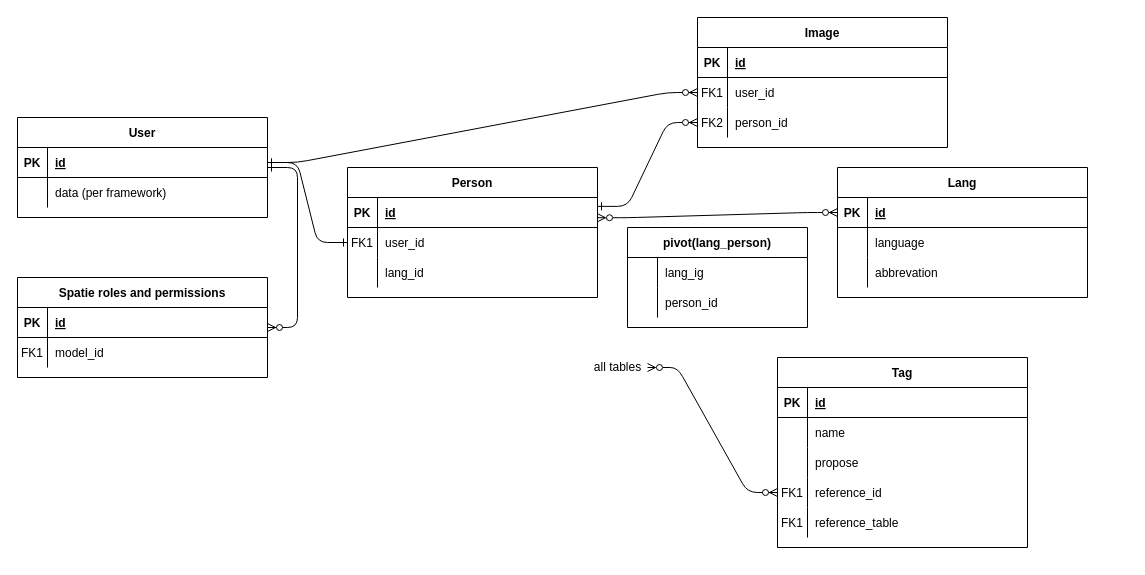
The draw.io diagram doc/template/Relationship_Modell.drawio in erth5/Laravel-10-Template, before the edit. Source tidied: cells renumbered, new cells numbered last; positions are measured from the earlier drawing's top-left corner, leaving out a move shared by most shapes. Both pictures are drawn from the tidied source at 100%, with x=0, y=0 at pixel (17, 17).
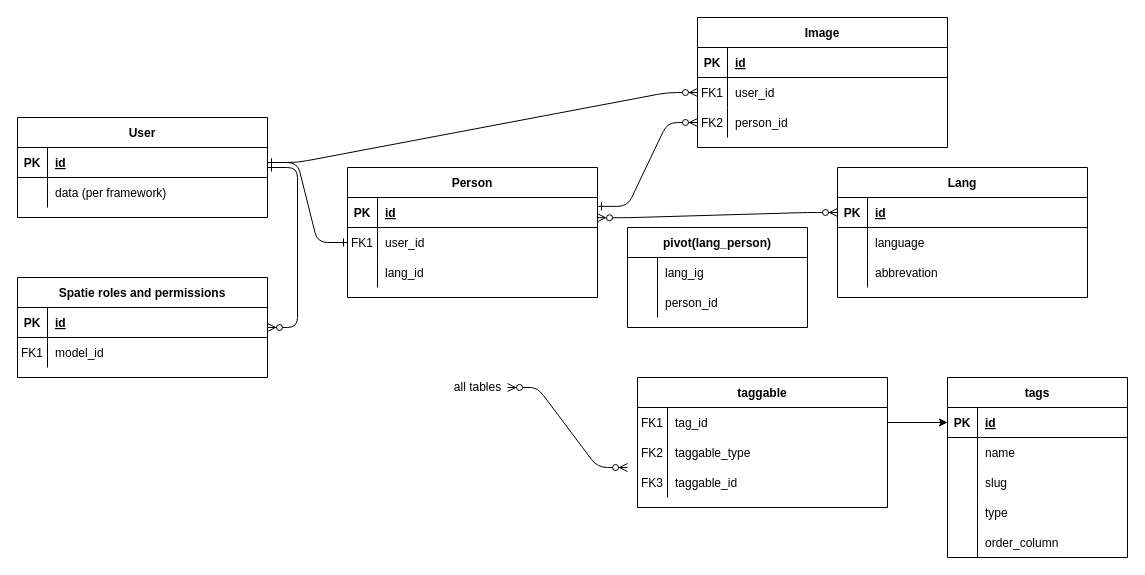
The same diagram, later.

Change to the diagram source:
```diff
@@
-    <mxCell id="58" style="edgeStyle=entityRelationEdgeStyle;endArrow=ERzeroToMany;startArrow=ERzeroToMany;endFill=1;startFill=0;" parent="1" edge="1" source="59" target="70">
-      <mxGeometry relative="1" as="geometry" />
+    <mxCell id="58" style="edgeStyle=entityRelationEdgeStyle;endArrow=ERzeroToMany;startArrow=ERzeroToMany;endFill=1;startFill=0;" parent="1" edge="1" source="59">
+      <mxGeometry relative="1" as="geometry">
+        <mxPoint x="610" y="450" as="targetPoint" />
+      </mxGeometry>
     </mxCell>
     <mxCell id="59" value="all tables" style="text;html=1;align=center;verticalAlign=middle;points=[];strokeColor=none;fillColor=none;" parent="1" vertex="1">
-      <mxGeometry x="570" y="340" width="60" height="20" as="geometry" />
+      <mxGeometry x="430" y="360" width="60" height="20" as="geometry" />
     </mxCell>
-    <mxCell id="60" value="Tag" style="shape=table;startSize=30;childLayout=tableLayout;rowLines=0;fontStyle=1;align=center;" parent="1" vertex="1">
-      <mxGeometry x="760" y="340" width="250" height="190" as="geometry" />
+    <mxCell id="60" value="taggable" style="shape=table;startSize=30;childLayout=tableLayout;rowLines=0;fontStyle=1;align=center;" parent="1" vertex="1">
+      <mxGeometry x="620" y="360" width="250" height="130" as="geometry" />
     </mxCell>
-    <mxCell id="61" style="shape=partialRectangle;fillColor=none;top=0;left=0;right=0;bottom=1;" parent="60" vertex="1">
-      <mxGeometry y="30" width="250" height="30" as="geometry" />
-    </mxCell>
-    <mxCell id="62" value="PK" style="shape=partialRectangle;overflow=hidden;fillColor=none;top=0;left=0;bottom=0;right=0;fontStyle=1;" parent="61" vertex="1">
-      <mxGeometry width="30" height="30" as="geometry" />
-    </mxCell>
-    <mxCell id="63" value="id" style="shape=partialRectangle;overflow=hidden;fillColor=none;top=0;left=0;bottom=0;right=0;align=left;spacingLeft=6;fontStyle=5;" parent="61" vertex="1">
-      <mxGeometry x="30" width="220" height="30" as="geometry" />
-    </mxCell>
     <mxCell id="64" style="shape=partialRectangle;fillColor=none;points=[[0,0.5],[1,0.5]];portConstraint=eastwest;top=0;left=0;right=0;bottom=0;" parent="60" vertex="1">
-      <mxGeometry y="60" width="250" height="30" as="geometry" />
+      <mxGeometry y="30" width="250" height="30" as="geometry" />
     </mxCell>
-    <mxCell id="65" style="shape=partialRectangle;overflow=hidden;fillColor=none;top=0;left=0;bottom=0;right=0;" parent="64" vertex="1">
+    <mxCell id="65" value="FK1" style="shape=partialRectangle;overflow=hidden;fillColor=none;top=0;left=0;bottom=0;right=0;" parent="64" vertex="1">
       <mxGeometry width="30" height="30" as="geometry" />
     </mxCell>
-    <mxCell id="66" value="name" style="shape=partialRectangle;overflow=hidden;fillColor=none;top=0;left=0;bottom=0;right=0;align=left;spacingLeft=6;" parent="64" vertex="1">
+    <mxCell id="66" value="tag_id" style="shape=partialRectangle;overflow=hidden;fillColor=none;top=0;left=0;bottom=0;right=0;align=left;spacingLeft=6;" parent="64" vertex="1">
       <mxGeometry x="30" width="220" height="30" as="geometry" />
     </mxCell>
     <mxCell id="67" style="shape=partialRectangle;fillColor=none;top=0;left=0;right=0;bottom=0;" parent="60" vertex="1">
-      <mxGeometry y="90" width="250" height="30" as="geometry" />
+      <mxGeometry y="60" width="250" height="30" as="geometry" />
     </mxCell>
-    <mxCell id="68" style="shape=partialRectangle;overflow=hidden;fillColor=none;top=0;left=0;bottom=0;right=0;" parent="67" vertex="1">
+    <mxCell id="68" value="FK2" style="shape=partialRectangle;overflow=hidden;fillColor=none;top=0;left=0;bottom=0;right=0;" parent="67" vertex="1">
       <mxGeometry width="30" height="30" as="geometry" />
     </mxCell>
-    <mxCell id="69" value="propose" style="shape=partialRectangle;overflow=hidden;fillColor=none;top=0;left=0;bottom=0;right=0;align=left;spacingLeft=6;" parent="67" vertex="1">
+    <mxCell id="69" value="taggable_type" style="shape=partialRectangle;overflow=hidden;fillColor=none;top=0;left=0;bottom=0;right=0;align=left;spacingLeft=6;" parent="67" vertex="1">
       <mxGeometry x="30" width="220" height="30" as="geometry" />
     </mxCell>
     <mxCell id="70" style="shape=partialRectangle;fillColor=none;points=[[0,0.5],[1,0.5]];portConstraint=eastwest;top=0;left=0;right=0;bottom=0;" parent="60" vertex="1">
-      <mxGeometry y="120" width="250" height="30" as="geometry" />
+      <mxGeometry y="90" width="250" height="30" as="geometry" />
     </mxCell>
-    <mxCell id="71" value="FK1" style="shape=partialRectangle;overflow=hidden;fillColor=none;top=0;left=0;bottom=0;right=0;" parent="70" vertex="1">
+    <mxCell id="71" value="FK3" style="shape=partialRectangle;overflow=hidden;fillColor=none;top=0;left=0;bottom=0;right=0;" parent="70" vertex="1">
       <mxGeometry width="30" height="30" as="geometry" />
     </mxCell>
-    <mxCell id="72" value="reference_id" style="shape=partialRectangle;overflow=hidden;fillColor=none;top=0;left=0;bottom=0;right=0;align=left;spacingLeft=6;" parent="70" vertex="1">
+    <mxCell id="72" value="taggable_id" style="shape=partialRectangle;overflow=hidden;fillColor=none;top=0;left=0;bottom=0;right=0;align=left;spacingLeft=6;" parent="70" vertex="1">
       <mxGeometry x="30" width="220" height="30" as="geometry" />
     </mxCell>
-    <mxCell id="73" style="shape=partialRectangle;fillColor=none;top=0;left=0;right=0;bottom=0;" parent="60" vertex="1">
-      <mxGeometry y="150" width="250" height="30" as="geometry" />
-    </mxCell>
-    <mxCell id="74" value="FK1" style="shape=partialRectangle;overflow=hidden;fillColor=none;top=0;left=0;bottom=0;right=0;" parent="73" vertex="1">
-      <mxGeometry width="30" height="30" as="geometry" />
-    </mxCell>
-    <mxCell id="75" value="reference_table" style="shape=partialRectangle;overflow=hidden;fillColor=none;top=0;left=0;bottom=0;right=0;align=left;spacingLeft=6;" parent="73" vertex="1">
-      <mxGeometry x="30" width="220" height="30" as="geometry" />
-    </mxCell>
+    <mxCell id="76" style="edgeStyle=none;html=1;" parent="1" edge="1" source="64" target="78">
+      <mxGeometry relative="1" as="geometry" />
+    </mxCell>
+    <mxCell id="77" value="tags" style="shape=table;startSize=30;childLayout=tableLayout;rowLines=0;fontStyle=1;align=center;" parent="1" vertex="1">
+      <mxGeometry x="930" y="360" width="180" height="180" as="geometry" />
+    </mxCell>
+    <mxCell id="78" style="shape=tableRow;horizontal=0;startSize=0;swimlaneHead=0;swimlaneBody=0;fillColor=none;points=[[0,0.5],[1,0.5]];portConstraint=eastwest;top=0;left=0;right=0;bottom=1;" parent="77" vertex="1">
+      <mxGeometry y="30" width="180" height="30" as="geometry" />
+    </mxCell>
+    <mxCell id="62" value="PK" style="shape=partialRectangle;fillColor=none;top=0;left=0;bottom=0;right=0;fontStyle=1;overflow=hidden;" parent="78" vertex="1">
+      <mxGeometry width="30" height="30" as="geometry" />
+    </mxCell>
+    <mxCell id="63" value="id" style="shape=partialRectangle;fillColor=none;top=0;left=0;bottom=0;right=0;align=left;spacingLeft=6;fontStyle=5;overflow=hidden;" parent="78" vertex="1">
+      <mxGeometry x="30" width="150" height="30" as="geometry" />
+    </mxCell>
+    <mxCell id="79" style="shape=tableRow;horizontal=0;startSize=0;swimlaneHead=0;swimlaneBody=0;fillColor=none;top=0;left=0;right=0;bottom=0;" parent="77" vertex="1">
+      <mxGeometry y="60" width="180" height="30" as="geometry" />
+    </mxCell>
+    <mxCell id="80" style="shape=partialRectangle;fillColor=none;top=0;left=0;bottom=0;right=0;overflow=hidden;" parent="79" vertex="1">
+      <mxGeometry width="30" height="30" as="geometry" />
+    </mxCell>
+    <mxCell id="81" value="name" style="shape=partialRectangle;fillColor=none;top=0;left=0;bottom=0;right=0;align=left;spacingLeft=6;overflow=hidden;" parent="79" vertex="1">
+      <mxGeometry x="30" width="150" height="30" as="geometry" />
+    </mxCell>
+    <mxCell id="82" style="shape=tableRow;horizontal=0;startSize=0;swimlaneHead=0;swimlaneBody=0;fillColor=none;top=0;left=0;right=0;bottom=0;" parent="77" vertex="1">
+      <mxGeometry y="90" width="180" height="30" as="geometry" />
+    </mxCell>
+    <mxCell id="83" style="shape=partialRectangle;fillColor=none;top=0;left=0;bottom=0;right=0;overflow=hidden;" parent="82" vertex="1">
+      <mxGeometry width="30" height="30" as="geometry" />
+    </mxCell>
+    <mxCell id="84" value="slug" style="shape=partialRectangle;fillColor=none;top=0;left=0;bottom=0;right=0;align=left;spacingLeft=6;overflow=hidden;" parent="82" vertex="1">
+      <mxGeometry x="30" width="150" height="30" as="geometry" />
+    </mxCell>
+    <mxCell id="85" style="shape=tableRow;horizontal=0;startSize=0;swimlaneHead=0;swimlaneBody=0;fillColor=none;top=0;left=0;right=0;bottom=0;" parent="77" vertex="1">
+      <mxGeometry y="120" width="180" height="30" as="geometry" />
+    </mxCell>
+    <mxCell id="86" style="shape=partialRectangle;fillColor=none;top=0;left=0;bottom=0;right=0;overflow=hidden;" parent="85" vertex="1">
+      <mxGeometry width="30" height="30" as="geometry" />
+    </mxCell>
+    <mxCell id="87" value="type" style="shape=partialRectangle;fillColor=none;top=0;left=0;bottom=0;right=0;align=left;spacingLeft=6;overflow=hidden;" parent="85" vertex="1">
+      <mxGeometry x="30" width="150" height="30" as="geometry" />
+    </mxCell>
+    <mxCell id="88" style="shape=tableRow;horizontal=0;startSize=0;swimlaneHead=0;swimlaneBody=0;fillColor=none;top=0;left=0;right=0;bottom=0;" parent="77" vertex="1">
+      <mxGeometry y="150" width="180" height="30" as="geometry" />
+    </mxCell>
+    <mxCell id="89" style="shape=partialRectangle;fillColor=none;top=0;left=0;bottom=0;right=0;overflow=hidden;" parent="88" vertex="1">
+      <mxGeometry width="30" height="30" as="geometry" />
+    </mxCell>
+    <mxCell id="90" value="order_column" style="shape=partialRectangle;fillColor=none;top=0;left=0;bottom=0;right=0;align=left;spacingLeft=6;overflow=hidden;" parent="88" vertex="1">
+      <mxGeometry x="30" width="150" height="30" as="geometry" />
+    </mxCell>
```
